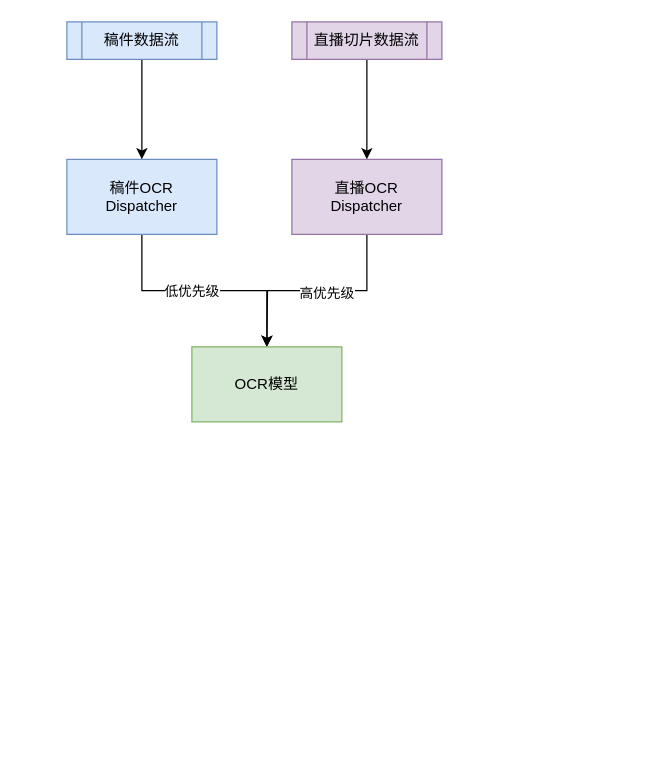
Before: 41.drawio in johnsondeng/drawio, a draw.io diagram. Source tidied: cells renumbered, new cells numbered last; positions are measured from the earlier drawing's top-left corner, leaving out a move shared by most shapes. Both pictures are drawn from the tidied source at 125%, with x=0, y=0 at pixel (66, 21).
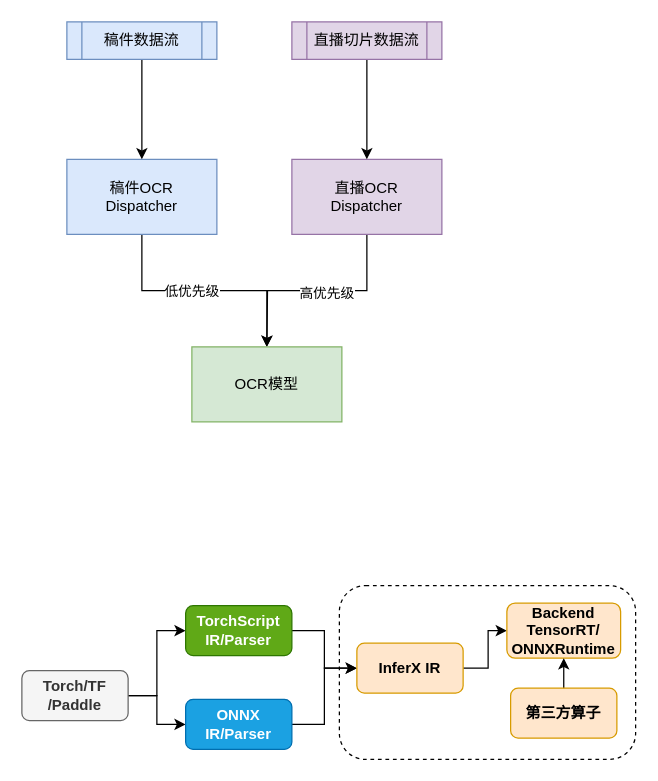
Above is the later version.

What changed in the source:
```diff
@@
+    <mxCell id="13" style="rounded=1;whiteSpace=wrap;html=1;dashed=1;fontStyle=1;" parent="1" vertex="1">
+      <mxGeometry x="218" y="451" width="237" height="139" as="geometry" />
+    </mxCell>
@@
+    <mxCell id="14" style="edgeStyle=orthogonalEdgeStyle;rounded=0;jettySize=auto;html=1;exitX=1;exitY=0.5;exitDx=0;exitDy=0;entryX=0;entryY=0.5;entryDx=0;entryDy=0;fontStyle=1;" parent="1" edge="1" source="16" target="18">
+      <mxGeometry relative="1" as="geometry" />
+    </mxCell>
+    <mxCell id="15" style="edgeStyle=orthogonalEdgeStyle;rounded=0;jettySize=auto;html=1;exitX=1;exitY=0.5;exitDx=0;exitDy=0;entryX=0;entryY=0.5;entryDx=0;entryDy=0;fontStyle=1;" parent="1" edge="1" source="16" target="20">
+      <mxGeometry relative="1" as="geometry" />
+    </mxCell>
+    <mxCell id="16" value="Torch/TF&lt;br&gt;/Paddle" style="rounded=1;whiteSpace=wrap;html=1;fillColor=#f5f5f5;strokeColor=#666666;fontColor=#333333;fontStyle=1;" parent="1" vertex="1">
+      <mxGeometry x="-36" y="519" width="85" height="40" as="geometry" />
+    </mxCell>
+    <mxCell id="17" style="edgeStyle=orthogonalEdgeStyle;rounded=0;jettySize=auto;html=1;exitX=1;exitY=0.5;exitDx=0;exitDy=0;entryX=0;entryY=0.5;entryDx=0;entryDy=0;fontStyle=1;" parent="1" edge="1" source="18" target="22">
+      <mxGeometry relative="1" as="geometry" />
+    </mxCell>
+    <mxCell id="18" value="TorchScript IR/Parser" style="rounded=1;whiteSpace=wrap;html=1;fillColor=#60a917;strokeColor=#2D7600;fontColor=#ffffff;fontStyle=1;" parent="1" vertex="1">
+      <mxGeometry x="95" y="467" width="85" height="40" as="geometry" />
+    </mxCell>
+    <mxCell id="19" style="edgeStyle=orthogonalEdgeStyle;rounded=0;jettySize=auto;html=1;exitX=1;exitY=0.5;exitDx=0;exitDy=0;entryX=0;entryY=0.5;entryDx=0;entryDy=0;fontStyle=1;" parent="1" edge="1" source="20" target="22">
+      <mxGeometry relative="1" as="geometry" />
+    </mxCell>
+    <mxCell id="20" value="ONNX IR/Parser" style="rounded=1;whiteSpace=wrap;html=1;fillColor=#1ba1e2;strokeColor=#006EAF;fontColor=#ffffff;fontStyle=1;" parent="1" vertex="1">
+      <mxGeometry x="95" y="542" width="85" height="40" as="geometry" />
+    </mxCell>
+    <mxCell id="21" style="edgeStyle=orthogonalEdgeStyle;rounded=0;jettySize=auto;html=1;exitX=1;exitY=0.5;exitDx=0;exitDy=0;entryX=0;entryY=0.5;entryDx=0;entryDy=0;fontStyle=1;" parent="1" edge="1" source="22" target="23">
+      <mxGeometry relative="1" as="geometry" />
+    </mxCell>
+    <mxCell id="22" value="InferX IR" style="rounded=1;whiteSpace=wrap;html=1;fillColor=#ffe6cc;strokeColor=#d79b00;fontStyle=1;" parent="1" vertex="1">
+      <mxGeometry x="232" y="497" width="85" height="40" as="geometry" />
+    </mxCell>
+    <mxCell id="23" value="Backend&lt;br&gt;TensorRT/&lt;br&gt;ONNXRuntime" style="rounded=1;whiteSpace=wrap;html=1;fillColor=#ffe6cc;strokeColor=#d79b00;fontStyle=1;" parent="1" vertex="1">
+      <mxGeometry x="352" y="465" width="91" height="44" as="geometry" />
+    </mxCell>
+    <mxCell id="24" style="edgeStyle=orthogonalEdgeStyle;rounded=0;jettySize=auto;html=1;exitX=0.541;exitY=0.05;exitDx=0;exitDy=0;entryX=0.5;entryY=1;entryDx=0;entryDy=0;exitPerimeter=0;fontStyle=1;" parent="1" edge="1" source="25" target="23">
+      <mxGeometry relative="1" as="geometry" />
+    </mxCell>
+    <mxCell id="25" value="第三方算子" style="rounded=1;whiteSpace=wrap;html=1;fillColor=#ffe6cc;strokeColor=#d79b00;fontStyle=1;" parent="1" vertex="1">
+      <mxGeometry x="355" y="533" width="85" height="40" as="geometry" />
+    </mxCell>
```
